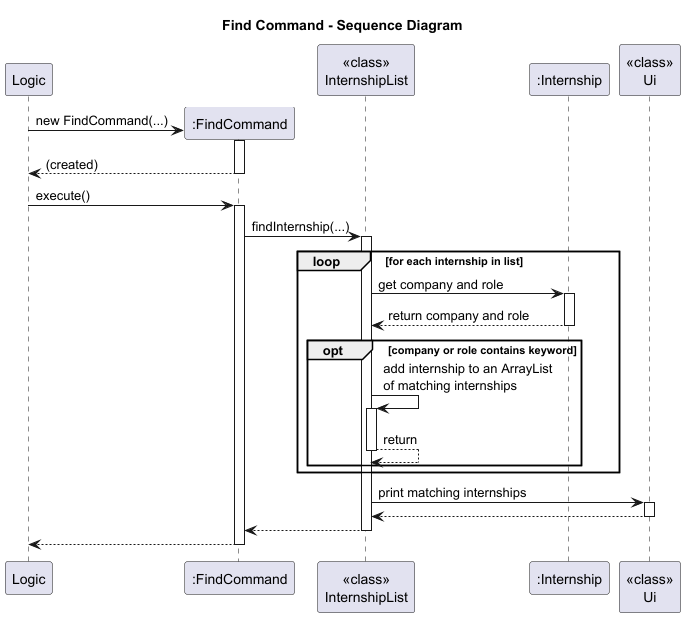
The PlantUML diagram docs/diagrams/FindCommandSD.png in AY2526S1-CS2113-W14-4/tp, before a commit.
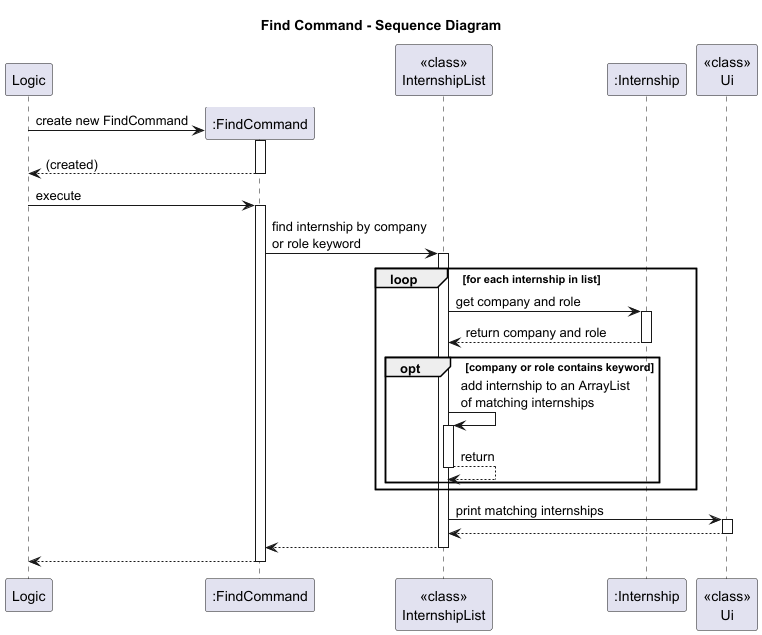
The same file after the commit.

What changed in the source:
```diff
@@ -7,14 +7,14 @@
 participant ":Internship" as IN
 participant "<<class>>\nUi" as Ui
 
-Logic -> FC**: new FindCommand(...)
+Logic -> FC**: create new FindCommand
 activate FC
 return (created)
 
-Logic -> FC: execute()
+Logic -> FC: execute
 activate FC
 
-FC -> IL: findInternship(...)
+FC -> IL: find internship by company\nor role keyword
 activate IL
 
 loop for each internship in list
```
